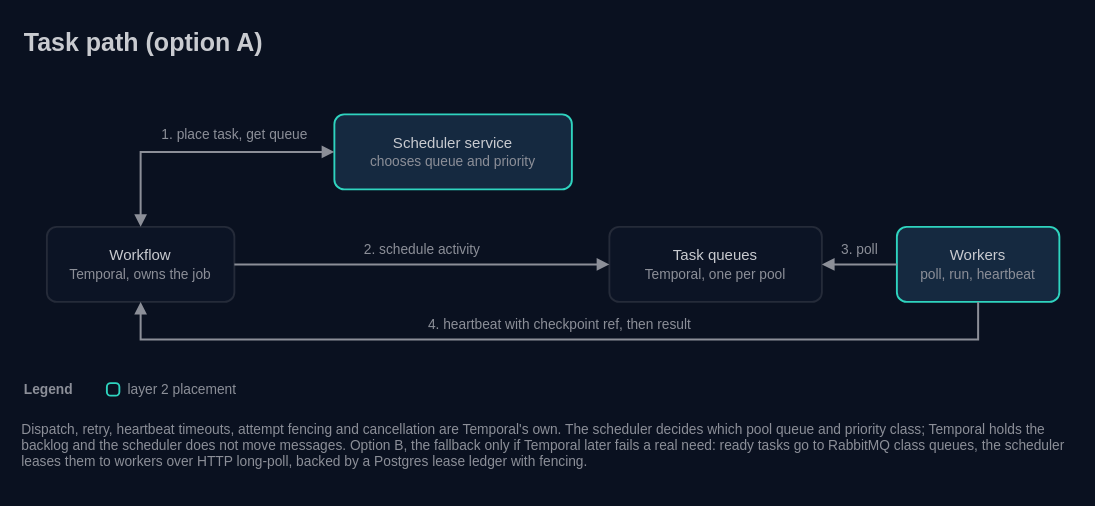
The draw.io diagram docs/architecture/06-task-path-option-a.drawio in AndoNorth/wasm-dag-forge, before the edit. Source tidied: cells renumbered, new cells numbered last; positions are measured from the earlier drawing's top-left corner, leaving out a move shared by most shapes. Both pictures are drawn from the tidied source at 125%, with x=0, y=0 at pixel (21, 21).
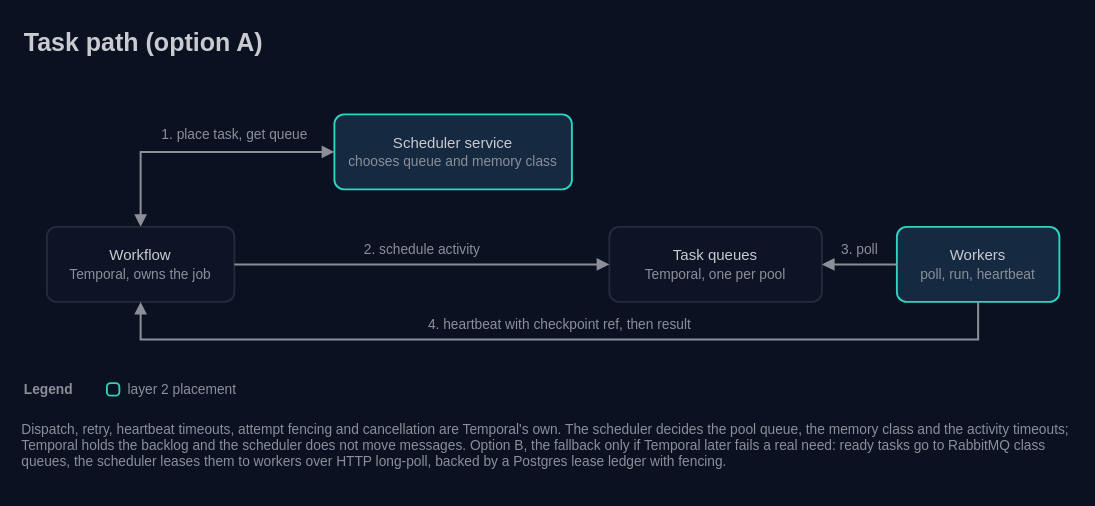
The same page after the edit.

Change to the diagram source:
```diff
@@
-    <mxCell id="4" value="Scheduler service&lt;br&gt;&lt;font color=&quot;#8c8f98&quot; style=&quot;font-size:11px&quot;&gt;chooses queue and priority&lt;/font&gt;" style="rounded=1;arcSize=13;html=1;whiteSpace=wrap;fillColor=#152940;strokeColor=#2fd4bf;strokeWidth=1.5;fontColor=#c9cbd0;fontSize=12;fontFamily=IBM Plex Sans;" parent="1" vertex="1">
+    <mxCell id="4" value="Scheduler service&lt;br&gt;&lt;font color=&quot;#8c8f98&quot; style=&quot;font-size:11px&quot;&gt;chooses queue and memory class&lt;/font&gt;" style="rounded=1;arcSize=13;html=1;whiteSpace=wrap;fillColor=#152940;strokeColor=#2fd4bf;strokeWidth=1.5;fontColor=#c9cbd0;fontSize=12;fontFamily=IBM Plex Sans;" parent="1" vertex="1">
       <mxGeometry x="250" y="74" width="190" height="60" as="geometry" />
     </mxCell>
@@
-    <mxCell id="18" value="Dispatch, retry, heartbeat timeouts, attempt fencing and cancellation are Temporal's own. The scheduler decides which pool queue and priority class; Temporal holds the backlog and the scheduler does not move messages. Option B, the fallback only if Temporal later fails a real need: ready tasks go to RabbitMQ class queues, the scheduler leases them to workers over HTTP long-poll, backed by a Postgres lease ledger with fencing." style="text;html=1;strokeColor=none;fillColor=none;align=left;verticalAlign=top;whiteSpace=wrap;fontColor=#8c8f98;fontSize=11;fontFamily=IBM Plex Sans;spacing=0;" parent="1" vertex="1">
+    <mxCell id="18" value="Dispatch, retry, heartbeat timeouts, attempt fencing and cancellation are Temporal's own. The scheduler decides the pool queue, the memory class and the activity timeouts; Temporal holds the backlog and the scheduler does not move messages. Option B, the fallback only if Temporal later fails a real need: ready tasks go to RabbitMQ class queues, the scheduler leases them to workers over HTTP long-poll, backed by a Postgres lease ledger with fencing." style="text;html=1;strokeColor=none;fillColor=none;align=left;verticalAlign=top;whiteSpace=wrap;fontColor=#8c8f98;fontSize=11;fontFamily=IBM Plex Sans;spacing=0;" parent="1" vertex="1">
       <mxGeometry y="315" width="840" height="56" as="geometry" />
     </mxCell>
```
